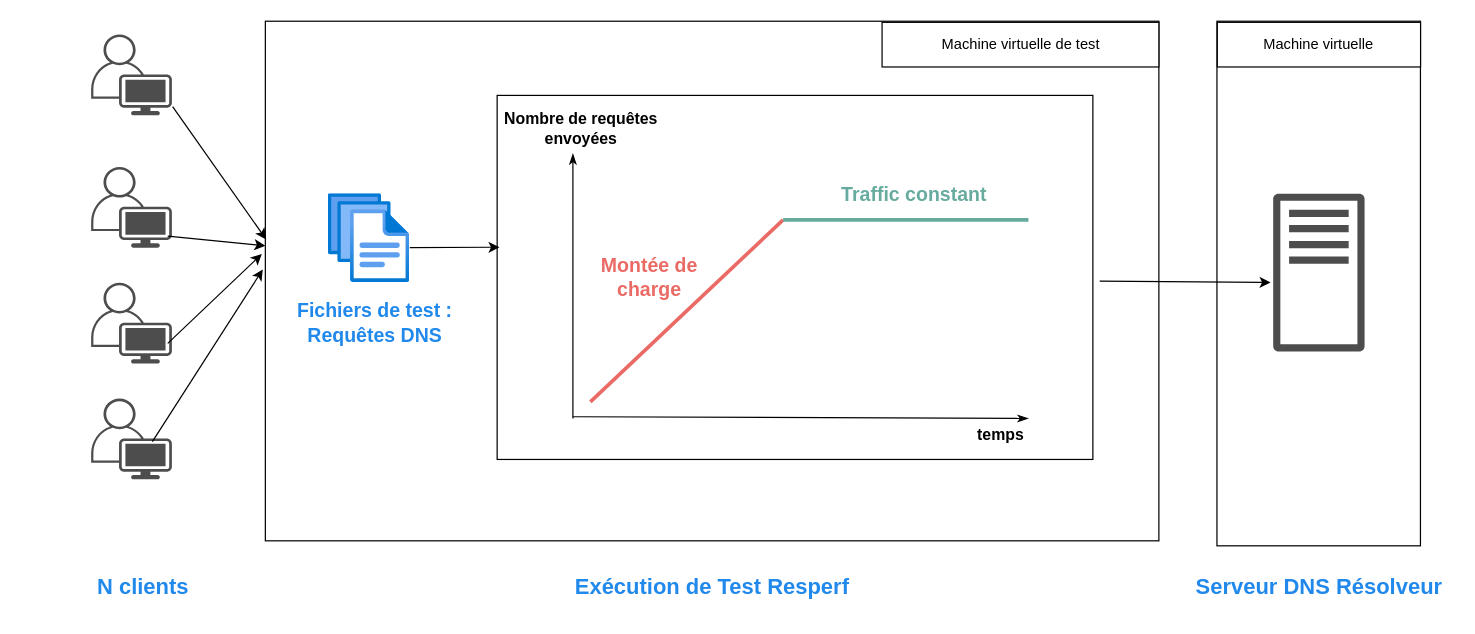
The draw.io diagram Diagramme sans nom.drawio in eya-harbaoui/Diagramms, before the edit. Source tidied: cells renumbered, new cells numbered last; positions are measured from the earlier drawing's top-left corner, leaving out a move shared by most shapes. Both pictures are drawn from the tidied source at 122%, with x=0, y=0 at pixel (90, 21).
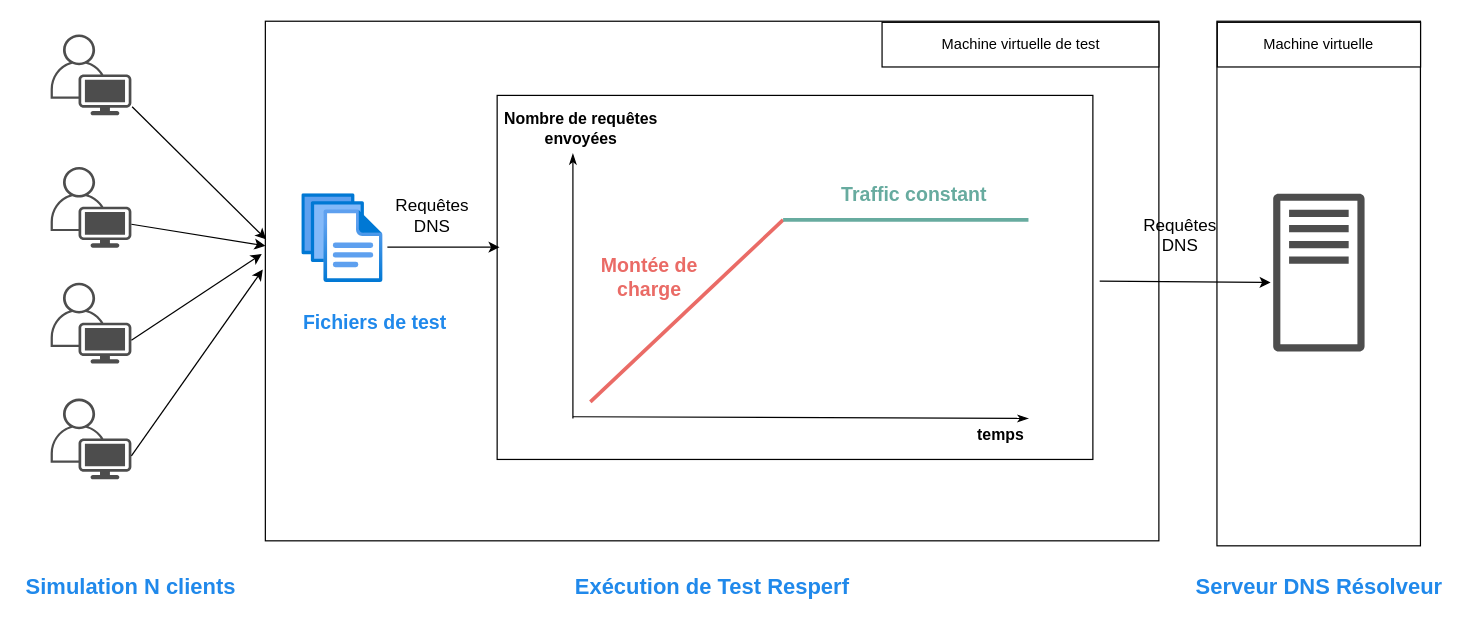
The same page after the edit.

Commit message (it also covers changes not shown here):
Mettre à jour Diagramme sans nom.drawio

Unchanged cells that the change refers to:
```xml
<mxCell id="2" style="rounded=0;whiteSpace=wrap;html=1;fillColor=none;" parent="1" vertex="1">
  <mxGeometry x="143" y="-0.1" width="732.4" height="425.9" as="geometry" />
</mxCell>
<mxCell id="3" style="rounded=0;whiteSpace=wrap;html=1;" parent="1" vertex="1">
  <mxGeometry x="333" y="60.7" width="488.3" height="298.4" as="geometry" />
</mxCell>
```

What changed in the source:
```diff
@@
     <mxCell id="4" style="points=[[0.35,0,0],[0.98,0.51,0],[1,0.71,0],[0.67,1,0],[0,0.795,0],[0,0.65,0]];verticalLabelPosition=bottom;sketch=0;html=1;verticalAlign=top;align=center;shape=mxgraph.cisco19.user;fillColor=#4D4D4D;strokeColor=none;" parent="1" vertex="1">
-      <mxGeometry x="0.2" y="119.3" width="66.2" height="66.2" as="geometry" />
+      <mxGeometry x="-33" y="119.3" width="66.2" height="66.2" as="geometry" />
     </mxCell>
     <mxCell id="5" style="points=[[0.35,0,0],[0.98,0.51,0],[1,0.71,0],[0.67,1,0],[0,0.795,0],[0,0.65,0]];verticalLabelPosition=bottom;sketch=0;html=1;verticalAlign=top;align=center;shape=mxgraph.cisco19.user;fillColor=#4D4D4D;strokeColor=none;" parent="1" vertex="1">
-      <mxGeometry x="0.2" y="214.3" width="66.2" height="66.2" as="geometry" />
+      <mxGeometry x="-33" y="214.3" width="66.2" height="66.2" as="geometry" />
     </mxCell>
     <mxCell id="6" style="points=[[0.35,0,0],[0.98,0.51,0],[1,0.71,0],[0.67,1,0],[0,0.795,0],[0,0.65,0]];verticalLabelPosition=bottom;sketch=0;html=1;verticalAlign=top;align=center;shape=mxgraph.cisco19.user;fillColor=#4D4D4D;strokeColor=none;" parent="1" vertex="1">
-      <mxGeometry x="0.2" y="309.2" width="66.2" height="66.2" as="geometry" />
+      <mxGeometry x="-33" y="309.2" width="66.2" height="66.2" as="geometry" />
     </mxCell>
     <mxCell id="7" style="points=[[0.35,0,0],[0.98,0.51,0],[1,0.71,0],[0.67,1,0],[0,0.795,0],[0,0.65,0]];verticalLabelPosition=bottom;sketch=0;html=1;verticalAlign=top;align=center;shape=mxgraph.cisco19.user;fillColor=#4D4D4D;strokeColor=none;" parent="1" vertex="1">
-      <mxGeometry x="0.2" y="10.8" width="66.2" height="66.2" as="geometry" />
+      <mxGeometry x="-33" y="10.8" width="66.2" height="66.2" as="geometry" />
     </mxCell>
@@
     <mxCell id="10" style="image;html=1;points=[];align=center;fontSize=12;image=img/lib/azure2/general/Files.svg;" parent="1" vertex="1">
-      <mxGeometry x="194.8" y="141.4" width="66.6" height="72.8" as="geometry" />
+      <mxGeometry x="173" y="141.4" width="66.6" height="72.8" as="geometry" />
     </mxCell>
@@
-    <mxCell id="18" value="&lt;font size=&quot;1&quot; style=&quot;&quot; color=&quot;#2089eb&quot;&gt;&lt;b style=&quot;font-size: 18px;&quot;&gt;N clients&lt;/b&gt;&lt;/font&gt;" style="text;html=1;align=center;verticalAlign=middle;whiteSpace=wrap;rounded=0;" parent="1" vertex="1">
-      <mxGeometry x="0.2" y="444" width="86.2" height="40.7" as="geometry" />
+    <mxCell id="18" value="&lt;font size=&quot;1&quot; style=&quot;&quot; color=&quot;#2089eb&quot;&gt;&lt;b style=&quot;font-size: 18px;&quot;&gt;Simulation N clients&lt;/b&gt;&lt;/font&gt;" style="text;html=1;align=center;verticalAlign=middle;whiteSpace=wrap;rounded=0;" parent="1" vertex="1">
+      <mxGeometry x="-57" y="444" width="180" height="40.7" as="geometry" />
     </mxCell>
-    <mxCell id="19" value="&lt;font color=&quot;#2089eb&quot; style=&quot;font-size: 16px;&quot;&gt;&lt;b&gt;Fichiers de test : Requêtes DNS&lt;/b&gt;&lt;/font&gt;" style="text;html=1;align=center;verticalAlign=middle;whiteSpace=wrap;rounded=0;" parent="1" vertex="1">
+    <mxCell id="19" value="&lt;font color=&quot;#2089eb&quot; style=&quot;font-size: 16px;&quot;&gt;&lt;b&gt;Fichiers de test&lt;/b&gt;&lt;/font&gt;" style="text;html=1;align=center;verticalAlign=middle;whiteSpace=wrap;rounded=0;" parent="1" vertex="1">
       <mxGeometry x="163" y="230.1" width="140.2" height="33.9" as="geometry" />
     </mxCell>
@@
-    <mxCell id="26" style="endArrow=classic;html=1;rounded=0;" parent="1" edge="1">
+    <mxCell id="26" style="endArrow=classic;html=1;rounded=0;exitX=1;exitY=0.71;exitDx=0;exitDy=0;exitPerimeter=0;" parent="1" edge="1" source="4">
       <mxGeometry relative="1" as="geometry">
-        <mxPoint x="63" y="176" as="sourcePoint" />
         <mxPoint x="143" y="184" as="targetPoint" />
       </mxGeometry>
     </mxCell>
-    <mxCell id="27" style="endArrow=classic;html=1;rounded=0;entryX=-0.004;entryY=0.448;entryDx=0;entryDy=0;entryPerimeter=0;" parent="1" edge="1" target="2">
-      <mxGeometry relative="1" as="geometry">
-        <mxPoint x="63" y="264" as="sourcePoint" />
-      </mxGeometry>
+    <mxCell id="27" style="endArrow=classic;html=1;rounded=0;entryX=-0.004;entryY=0.448;entryDx=0;entryDy=0;entryPerimeter=0;exitX=1;exitY=0.71;exitDx=0;exitDy=0;exitPerimeter=0;" parent="1" edge="1" source="5" target="2">
+      <mxGeometry relative="1" as="geometry" />
     </mxCell>
-    <mxCell id="28" style="endArrow=classic;html=1;rounded=0;" parent="1" edge="1">
+    <mxCell id="28" style="endArrow=classic;html=1;rounded=0;exitX=1;exitY=0.71;exitDx=0;exitDy=0;exitPerimeter=0;" parent="1" edge="1" source="6">
       <mxGeometry relative="1" as="geometry">
-        <mxPoint x="50.4" y="344.5" as="sourcePoint" />
         <mxPoint x="140.9" y="203.4" as="targetPoint" />
       </mxGeometry>
     </mxCell>
-    <mxCell id="29" style="endArrow=classic;html=1;rounded=0;entryX=0.004;entryY=0.417;entryDx=0;entryDy=0;entryPerimeter=0;strokeWidth=1;strokeColor=#000000;" parent="1" edge="1" target="3">
-      <mxGeometry relative="1" as="geometry">
-        <mxPoint x="261.4" y="185.5" as="sourcePoint" />
-      </mxGeometry>
+    <mxCell id="29" style="endArrow=classic;html=1;rounded=0;entryX=0.004;entryY=0.417;entryDx=0;entryDy=0;entryPerimeter=0;strokeWidth=1;strokeColor=#000000;exitX=1.051;exitY=0.6;exitDx=0;exitDy=0;exitPerimeter=0;" parent="1" edge="1" source="10" target="3">
+      <mxGeometry relative="1" as="geometry" />
     </mxCell>
@@
+    <mxCell id="31" value="&lt;font style=&quot;font-size: 14px;&quot;&gt;Requêtes DNS&lt;/font&gt;" style="text;html=1;align=center;verticalAlign=middle;whiteSpace=wrap;rounded=0;" parent="1" vertex="1">
+      <mxGeometry x="239.6" y="144" width="80" height="30" as="geometry" />
+    </mxCell>
+    <mxCell id="32" value="&lt;font style=&quot;font-size: 14px;&quot;&gt;Requêtes DNS&lt;/font&gt;" style="text;html=1;align=center;verticalAlign=middle;whiteSpace=wrap;rounded=0;" parent="1" vertex="1">
+      <mxGeometry x="853" y="159.8" width="80" height="30" as="geometry" />
+    </mxCell>
```
